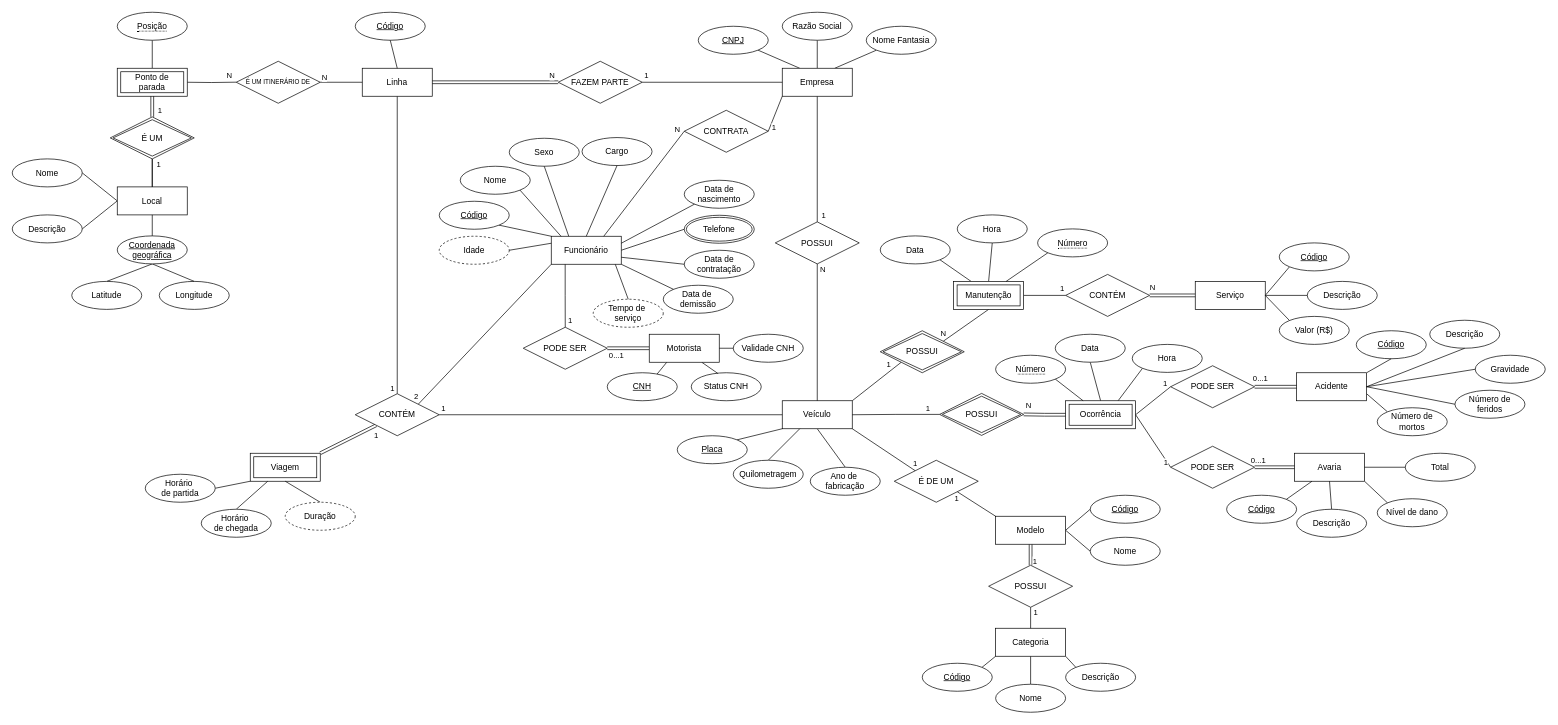
Earlier version of the draw.io diagram drawio/conceptual_model.drawio (gscolombo/Projeto---BD). Source tidied: cells renumbered, new cells numbered last; positions are measured from the earlier drawing's top-left corner, leaving out a move shared by most shapes. Both pictures are drawn from the tidied source at 70%, with x=0, y=0 at pixel (12, 12).
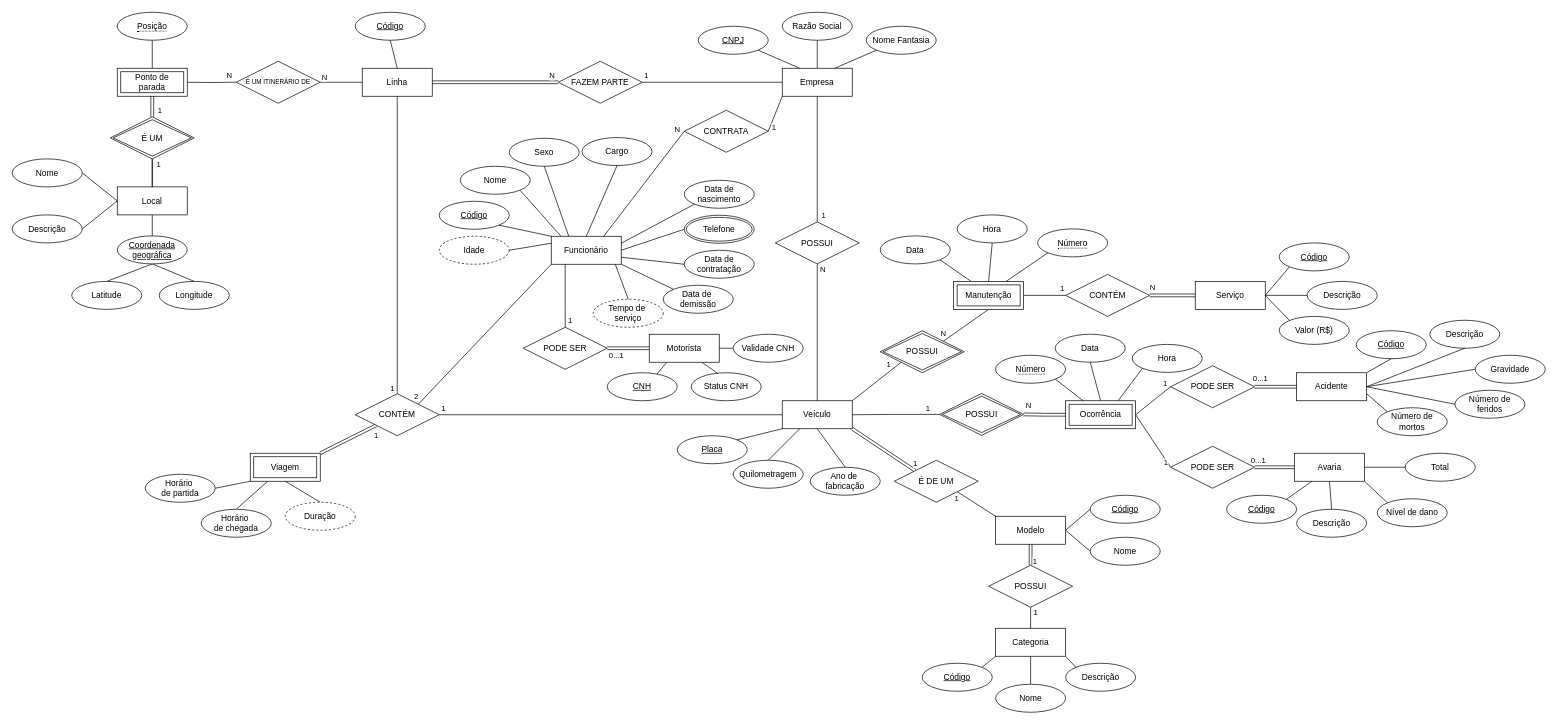
After the change.

Commit message:
Participação total de um veículo em relacionamento com modelo

The change refers to these unchanged cells:
```xml
<mxCell id="13" value="Veículo" style="whiteSpace=wrap;html=1;align=center;" parent="1" vertex="1">
  <mxGeometry x="1100" y="555" width="100" height="40" as="geometry" />
</mxCell>
```

Diff of the diagram source:
```diff
@@
-    <mxCell id="9" style="rounded=0;jettySize=auto;html=1;exitX=1;exitY=1;exitDx=0;exitDy=0;entryX=0;entryY=0;entryDx=0;entryDy=0;endArrow=none;endFill=0;" parent="1" edge="1" source="13">
+    <mxCell id="9" style="rounded=0;jettySize=auto;html=1;exitX=1;exitY=1;exitDx=0;exitDy=0;entryX=0;entryY=0;entryDx=0;entryDy=0;endArrow=none;endFill=0;shape=link;" parent="1" edge="1" source="13">
       <mxGeometry relative="1" as="geometry">
         <mxPoint x="1290" y="655" as="targetPoint" />
       </mxGeometry>
     </mxCell>
```
